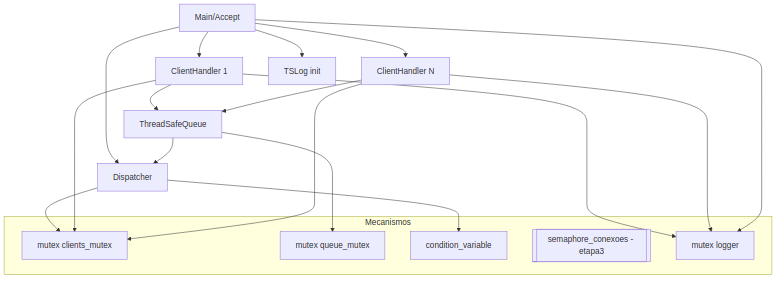
This is docs/diagramas/concorrencia.png from LucasGabrielFontes/TrabalhoFinalLPII, a Mermaid export, as it was before one commit. Its source is kept beside it as docs/diagramas/concorrencia.mmd. Source of this version:
```mermaid
graph TD
  Main[Main/Accept] --> CH1[ClientHandler 1]
  Main --> CHn[ClientHandler N]
  Main --> Disp[Dispatcher]
  Main --> LoggerInit[TSLog init]

  subgraph Sync[Mecanismos]
    M1[mutex clients_mutex]
    M2[mutex queue_mutex]
    CV[condition_variable]
    SEM[[semaphore_conexoes - etapa3]]
    LM[mutex logger]
  end

  CH1 --> Q[ThreadSafeQueue]
  CHn --> Q
  Q --> Disp
  Disp --> M1
  CH1 --> M1
  CHn --> M1
  Q --> M2
  Disp --> CV
  CH1 --> LM
  CHn --> LM
  Main --> LM
```
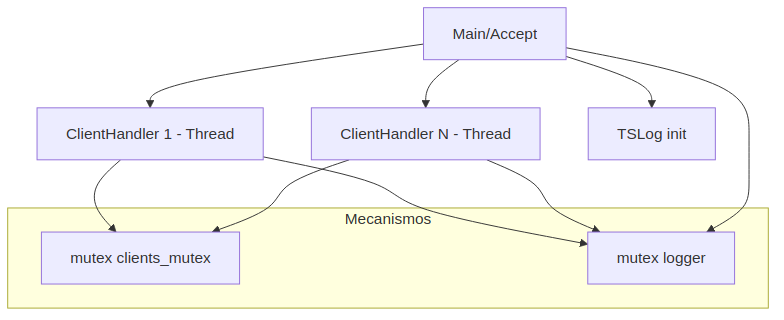
Above is the later version.

The edit, as a diff of the source:
```diff
@@ -1,25 +1,13 @@
 graph TD
-  Main[Main/Accept] --> CH1[ClientHandler 1]
-  Main --> CHn[ClientHandler N]
-  Main --> Disp[Dispatcher]
+  Main[Main/Accept] --> CH1[ClientHandler 1 - Thread]
+  Main --> CHn[ClientHandler N - Thread]
   Main --> LoggerInit[TSLog init]
-
   subgraph Sync[Mecanismos]
     M1[mutex clients_mutex]
-    M2[mutex queue_mutex]
-    CV[condition_variable]
-    SEM[[semaphore_conexoes - etapa3]]
     LM[mutex logger]
   end
-
-  CH1 --> Q[ThreadSafeQueue]
-  CHn --> Q
-  Q --> Disp
-  Disp --> M1
   CH1 --> M1
   CHn --> M1
-  Q --> M2
-  Disp --> CV
   CH1 --> LM
   CHn --> LM
   Main --> LM
```
